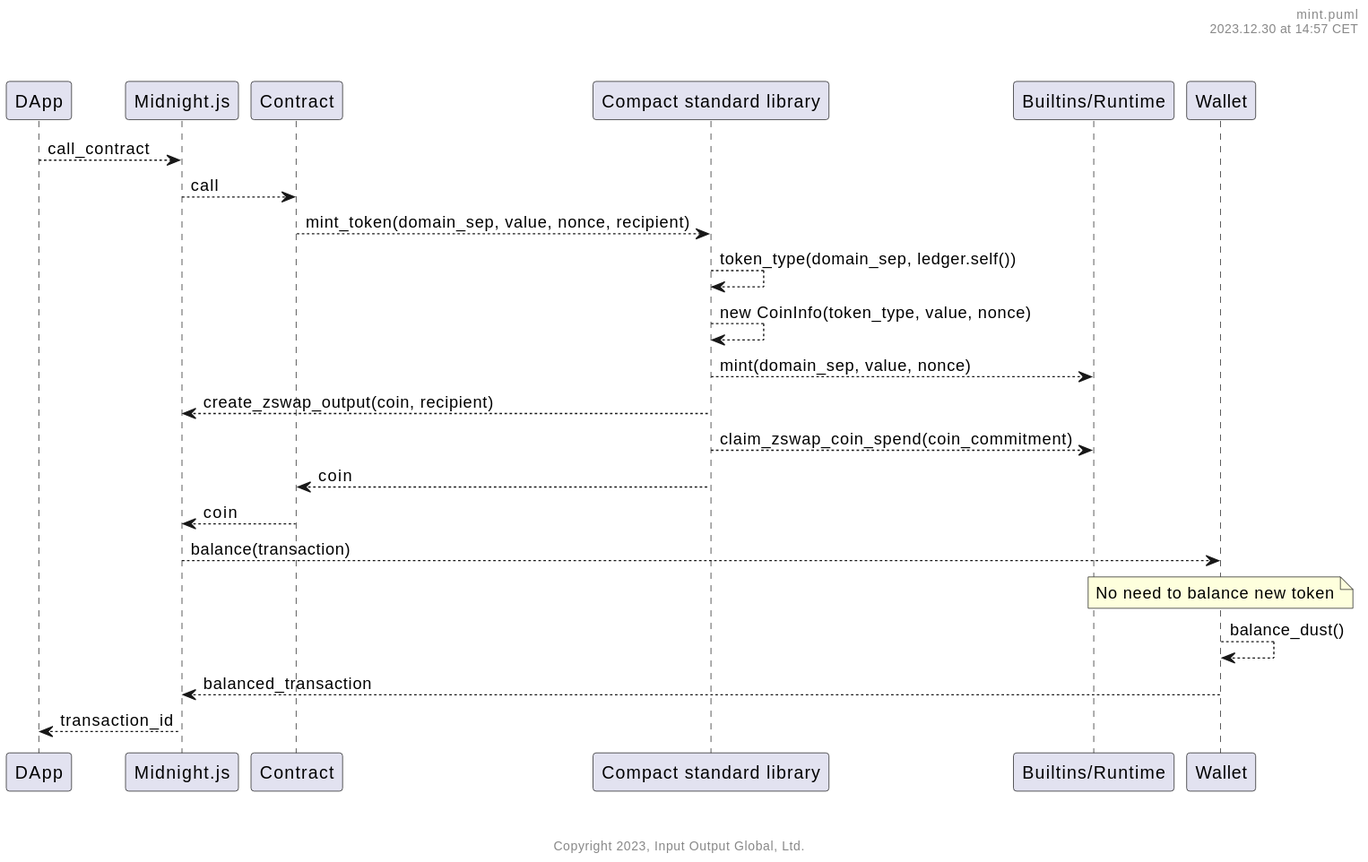
Above: flowlets/native-tokens/mint/Mint.svg in midnightntwrk/midnight-architecture (PlantUML), before the change. Source of this version:
```plantuml
@startuml "Mint"

header %filename()\n%date("yyyy.MM.dd' at 'HH:mm z")\n\n\n

participant DApp

participant "Midnight.js" as mnjs

participant Contract

participant "Compact standard library" as cstd

participant "Builtins/Runtime" as runtime

participant "Wallet"


DApp --> mnjs : call_contract
mnjs --> Contract : call
Contract --> cstd : mint_token(domain_sep, value, nonce, recipient)
cstd --> cstd : token_type(domain_sep, ledger.self())
cstd --> cstd : new CoinInfo(token_type, value, nonce)
cstd --> runtime : mint(domain_sep, value, nonce)
cstd --> mnjs : create_zswap_output(coin, recipient)
cstd --> runtime : claim_zswap_coin_spend(coin_commitment)
cstd --> Contract : coin
Contract --> mnjs : coin
mnjs --> Wallet : balance(transaction)
note over Wallet : No need to balance new token
Wallet --> Wallet : balance_dust()
Wallet --> mnjs : balanced_transaction
mnjs --> DApp : transaction_id
footer \n\n\nCopyright %date("yyyy"), Input Output Global, Ltd.


@enduml
```
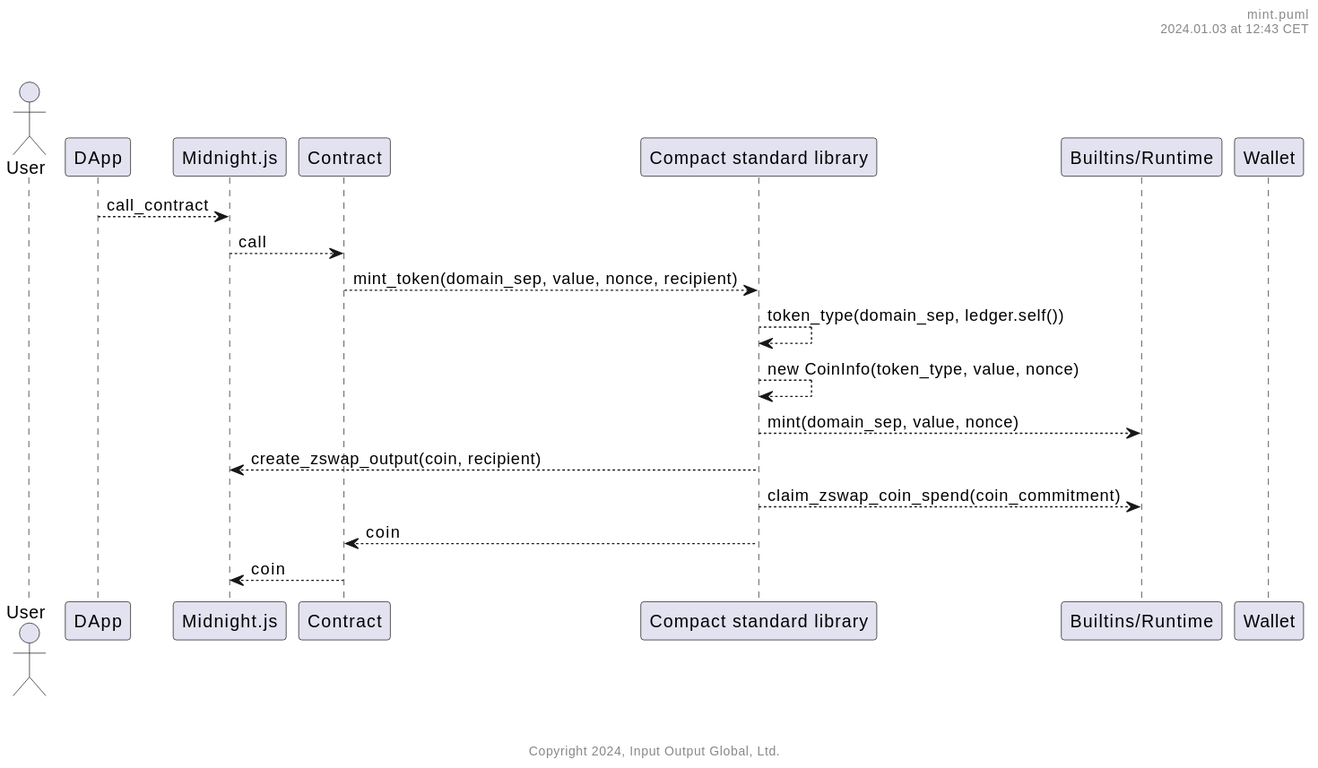
The same file after the commit.

Commit message:
Add diagrams for balancing and receiving tokens

Change to the diagram source:
```diff
@@ -1,6 +1,8 @@
 @startuml "Mint"
 
 header %filename()\n%date("yyyy.MM.dd' at 'HH:mm z")\n\n\n
+
+actor User
 
 participant DApp
 
@@ -12,8 +14,7 @@
 
 participant "Builtins/Runtime" as runtime
 
-participant "Wallet"
-
+participant "Wallet" as wallet
 
 DApp --> mnjs : call_contract
 mnjs --> Contract : call
@@ -25,11 +26,7 @@
 cstd --> runtime : claim_zswap_coin_spend(coin_commitment)
 cstd --> Contract : coin
 Contract --> mnjs : coin
-mnjs --> Wallet : balance(transaction)
-note over Wallet : No need to balance new token
-Wallet --> Wallet : balance_dust()
-Wallet --> mnjs : balanced_transaction
-mnjs --> DApp : transaction_id
+
 footer \n\n\nCopyright %date("yyyy"), Input Output Global, Ltd.
 
 
```
